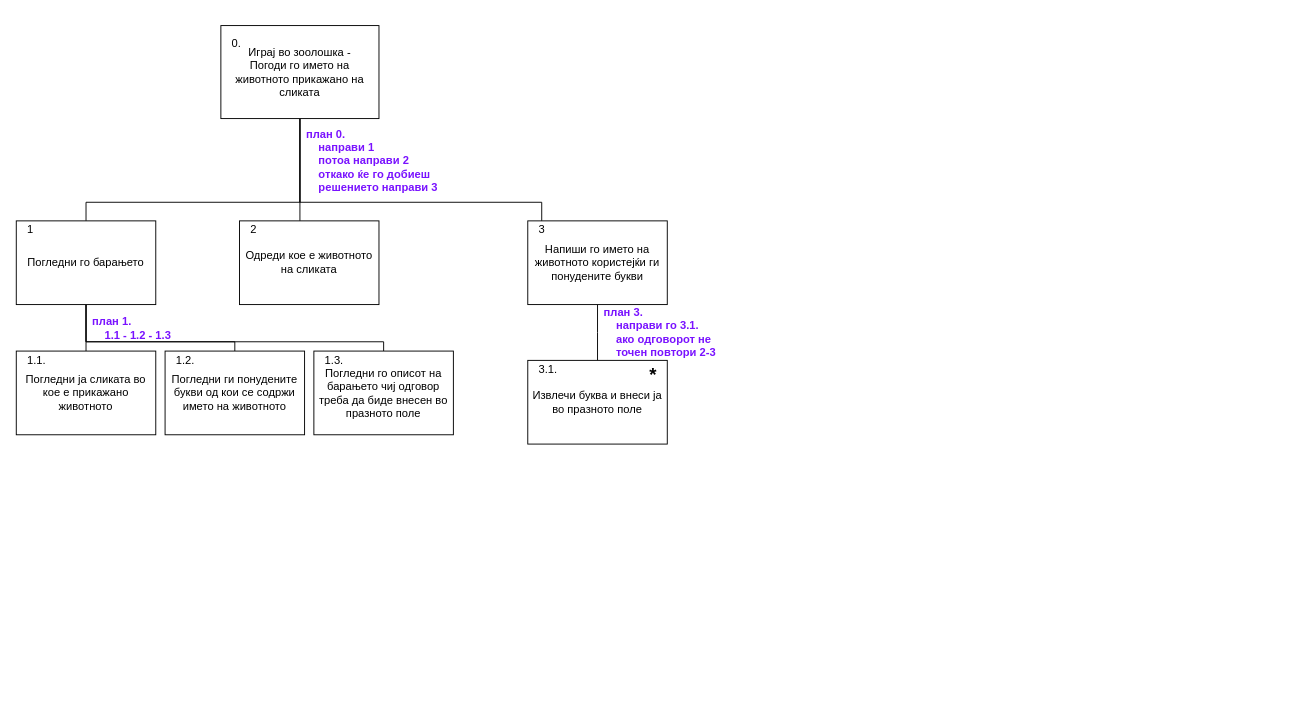
stefanikostic/repo keeps this draw.io diagram as nick-hierach1.drawio. Above is the earlier version. Source tidied: cells renumbered, new cells numbered last; positions are measured from the earlier drawing's top-left corner, leaving out a move shared by most shapes. Both pictures are drawn from the tidied source at 93%, with x=0, y=0 at pixel (16, 25).
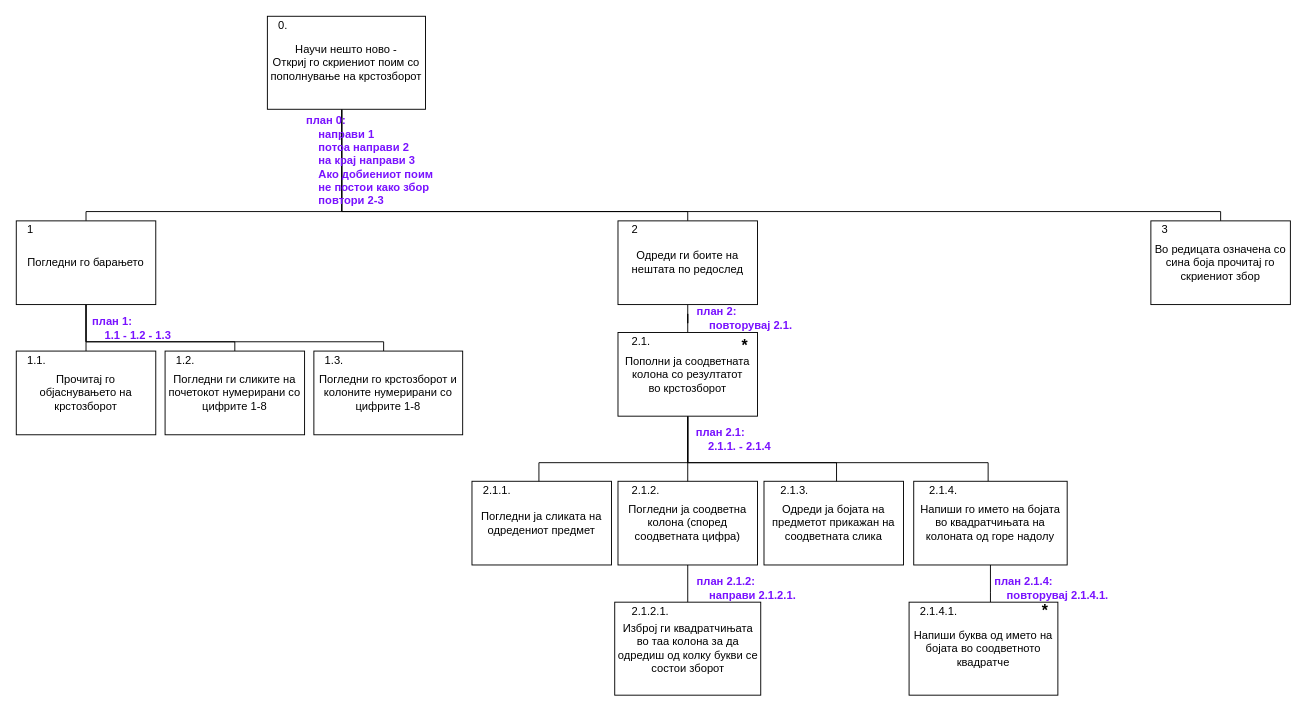
The same diagram, later.

The change refers to these unchanged cells:
```xml
<mxCell id="10" value="Погледни го барањето" style="rounded=0;whiteSpace=wrap;html=1;" parent="1" vertex="1">
  <mxGeometry y="210" width="150" height="90" as="geometry" />
</mxCell>
```

What changed in the source:
```diff
@@
     <mxCell id="2" style="edgeStyle=orthogonalEdgeStyle;rounded=0;jettySize=auto;html=1;endArrow=none;endFill=0;" parent="1" edge="1" source="5" target="10">
       <mxGeometry relative="1" as="geometry">
         <Array as="points">
-          <mxPoint x="305" y="190" />
-          <mxPoint x="75" y="190" />
+          <mxPoint x="350" y="200" />
+          <mxPoint x="75" y="200" />
         </Array>
       </mxGeometry>
     </mxCell>
     <mxCell id="3" style="edgeStyle=orthogonalEdgeStyle;rounded=0;jettySize=auto;html=1;endArrow=none;endFill=0;" parent="1" edge="1" source="5" target="13">
       <mxGeometry relative="1" as="geometry">
         <Array as="points">
-          <mxPoint x="305" y="190" />
-          <mxPoint x="305" y="190" />
+          <mxPoint x="350" y="200" />
+          <mxPoint x="722" y="200" />
         </Array>
       </mxGeometry>
     </mxCell>
-    <mxCell id="4" style="edgeStyle=orthogonalEdgeStyle;rounded=0;jettySize=auto;html=1;endArrow=none;endFill=0;" parent="1" edge="1" source="5" target="15">
-      <mxGeometry relative="1" as="geometry">
-        <Array as="points">
-          <mxPoint x="305" y="190" />
-          <mxPoint x="565" y="190" />
-        </Array>
-      </mxGeometry>
-    </mxCell>
+    <mxCell id="29" style="edgeStyle=orthogonalEdgeStyle;rounded=0;jettySize=auto;html=1;endArrow=none;endFill=0;" parent="1" edge="1" source="5" target="57">
+      <mxGeometry relative="1" as="geometry">
+        <Array as="points">
+          <mxPoint x="350" y="200" />
+          <mxPoint x="1295" y="200" />
+        </Array>
+      </mxGeometry>
+    </mxCell>
-    <mxCell id="5" value="Играј во зоолошка - &lt;br&gt;Погоди го името на животното прикажано на сликата" style="rounded=0;whiteSpace=wrap;html=1;" parent="1" vertex="1">
-      <mxGeometry x="220" width="170" height="100" as="geometry" />
+    <mxCell id="5" value="Научи нешто ново -&lt;br&gt;Откриј го скриениот поим со&lt;br&gt;пополнување на крстозборот" style="rounded=0;whiteSpace=wrap;html=1;" parent="1" vertex="1">
+      <mxGeometry x="270" y="-10" width="170" height="100" as="geometry" />
     </mxCell>
     <mxCell id="6" value="0." style="text;html=1;strokeColor=none;fillColor=none;align=left;verticalAlign=middle;whiteSpace=wrap;rounded=0;" parent="1" vertex="1">
-      <mxGeometry x="230" y="10" width="30" height="20" as="geometry" />
+      <mxGeometry x="280" y="-10" width="30" height="20" as="geometry" />
     </mxCell>
@@
-    <mxCell id="11" value="Погледни ги понудените букви од кои се содржи името на животното" style="rounded=0;whiteSpace=wrap;html=1;" parent="1" vertex="1">
+    <mxCell id="11" value="Погледни ги сликите на почетокот нумерирани со цифрите 1-8" style="rounded=0;whiteSpace=wrap;html=1;" parent="1" vertex="1">
       <mxGeometry x="160" y="350" width="150" height="90" as="geometry" />
     </mxCell>
-    <mxCell id="12" value="Погледни го описот на барањето чиј одговор треба да биде внесен во празното поле" style="rounded=0;whiteSpace=wrap;html=1;" parent="1" vertex="1">
-      <mxGeometry x="320" y="350" width="150" height="90" as="geometry" />
+    <mxCell id="12" value="Погледни го крстозборот и колоните нумерирани со цифрите 1-8" style="rounded=0;whiteSpace=wrap;html=1;" parent="1" vertex="1">
+      <mxGeometry x="320" y="350" width="160" height="90" as="geometry" />
     </mxCell>
+    <mxCell id="30" style="edgeStyle=orthogonalEdgeStyle;rounded=0;jettySize=auto;html=1;endArrow=none;endFill=0;" parent="1" edge="1" source="13" target="40">
+      <mxGeometry relative="1" as="geometry" />
+    </mxCell>
-    <mxCell id="13" value="Одреди кое е животното на сликата" style="rounded=0;whiteSpace=wrap;html=1;" parent="1" vertex="1">
-      <mxGeometry x="240" y="210" width="150" height="90" as="geometry" />
+    <mxCell id="13" value="Одреди ги боите на нештата по редослед" style="rounded=0;whiteSpace=wrap;html=1;" parent="1" vertex="1">
+      <mxGeometry x="647" y="210" width="150" height="90" as="geometry" />
     </mxCell>
-    <mxCell id="14" style="edgeStyle=orthogonalEdgeStyle;rounded=0;jettySize=auto;html=1;endArrow=none;endFill=0;" parent="1" edge="1" source="15" target="17">
-      <mxGeometry relative="1" as="geometry">
-        <Array as="points">
-          <mxPoint x="625" y="330" />
-          <mxPoint x="625" y="330" />
-        </Array>
-      </mxGeometry>
-    </mxCell>
-    <mxCell id="15" value="Напиши го името на животното користејќи ги понудените букви" style="rounded=0;whiteSpace=wrap;html=1;" parent="1" vertex="1">
-      <mxGeometry x="550" y="210" width="150" height="90" as="geometry" />
-    </mxCell>
-    <mxCell id="16" value="Погледни ја сликата во кое е прикажано животното" style="rounded=0;whiteSpace=wrap;html=1;" parent="1" vertex="1">
+    <mxCell id="16" value="Прочитај го објаснувањето на крстозборот" style="rounded=0;whiteSpace=wrap;html=1;" parent="1" vertex="1">
       <mxGeometry y="350" width="150" height="90" as="geometry" />
     </mxCell>
-    <mxCell id="17" value="Извлечи буква и внеси ја во празното поле" style="rounded=0;whiteSpace=wrap;html=1;" parent="1" vertex="1">
-      <mxGeometry x="550" y="360" width="150" height="90" as="geometry" />
-    </mxCell>
@@
     <mxCell id="19" value="2" style="text;html=1;strokeColor=none;fillColor=none;align=left;verticalAlign=middle;whiteSpace=wrap;rounded=0;" parent="1" vertex="1">
-      <mxGeometry x="250" y="210" width="30" height="20" as="geometry" />
+      <mxGeometry x="660" y="210" width="30" height="20" as="geometry" />
     </mxCell>
-    <mxCell id="20" value="3" style="text;html=1;strokeColor=none;fillColor=none;align=left;verticalAlign=middle;whiteSpace=wrap;rounded=0;" parent="1" vertex="1">
-      <mxGeometry x="560" y="210" width="30" height="20" as="geometry" />
-    </mxCell>
@@
-    <mxCell id="24" value="3.1." style="text;html=1;strokeColor=none;fillColor=none;align=left;verticalAlign=middle;whiteSpace=wrap;rounded=0;" parent="1" vertex="1">
-      <mxGeometry x="560" y="360" width="30" height="20" as="geometry" />
-    </mxCell>
-    <mxCell id="25" value="&lt;b&gt;&lt;font color=&quot;#7912ff&quot;&gt;план 0.&lt;br&gt;&amp;nbsp; &amp;nbsp; направи 1&lt;br&gt;&amp;nbsp; &amp;nbsp; потоа направи 2&lt;br&gt;&amp;nbsp; &amp;nbsp; откако ќе го добиеш &lt;br&gt;&amp;nbsp; &amp;nbsp; решението направи 3&lt;/font&gt;&lt;/b&gt;" style="text;html=1;align=left;verticalAlign=middle;" parent="1" vertex="1">
-      <mxGeometry x="310" y="110" width="160" height="70" as="geometry" />
+    <mxCell id="25" value="&lt;b&gt;&lt;font color=&quot;#7912ff&quot;&gt;план 0:&lt;br&gt;&amp;nbsp; &amp;nbsp; направи 1&lt;br&gt;&amp;nbsp; &amp;nbsp; потоа направи 2&lt;br&gt;&amp;nbsp; &amp;nbsp; на крај&amp;nbsp;направи 3&lt;br&gt;&amp;nbsp; &amp;nbsp; А&lt;/font&gt;&lt;/b&gt;&lt;b&gt;&lt;font color=&quot;#7912ff&quot;&gt;ко добиениот поим &lt;br&gt;&amp;nbsp; &amp;nbsp; не постои како збор&lt;br&gt;&amp;nbsp; &amp;nbsp; повтори 2-3&lt;/font&gt;&lt;/b&gt;&lt;b&gt;&lt;font color=&quot;#7912ff&quot;&gt;&lt;br&gt;&lt;/font&gt;&lt;/b&gt;" style="text;html=1;align=left;verticalAlign=middle;" parent="1" vertex="1">
+      <mxGeometry x="310" y="100" width="140" height="90" as="geometry" />
     </mxCell>
-    <mxCell id="26" value="&lt;b&gt;&lt;font color=&quot;#7912ff&quot;&gt;&amp;nbsp; &amp;nbsp;план 1.&lt;br&gt;&amp;nbsp; &amp;nbsp; &amp;nbsp; &amp;nbsp;1.1 - 1.2 - 1.3&lt;/font&gt;&lt;/b&gt;" style="text;html=1;align=left;verticalAlign=middle;" parent="1" vertex="1">
+    <mxCell id="26" value="&lt;b&gt;&lt;font color=&quot;#7912ff&quot;&gt;&amp;nbsp; &amp;nbsp;план 1:&lt;br&gt;&amp;nbsp; &amp;nbsp; &amp;nbsp; &amp;nbsp;1.1 - 1.2 - 1.3&lt;/font&gt;&lt;/b&gt;" style="text;html=1;align=left;verticalAlign=middle;" parent="1" vertex="1">
       <mxGeometry x="70" y="310" width="110" height="30" as="geometry" />
     </mxCell>
-    <mxCell id="27" value="&lt;b&gt;&lt;font color=&quot;#7912ff&quot;&gt;&amp;nbsp; &amp;nbsp;план 3.&lt;br&gt;&amp;nbsp; &amp;nbsp; &amp;nbsp; &amp;nbsp;направи го 3.1.&lt;br&gt;&amp;nbsp; &amp;nbsp; &amp;nbsp; &amp;nbsp;ако одговорот не&lt;br&gt;&amp;nbsp; &amp;nbsp; &amp;nbsp; &amp;nbsp;точен повтори 2-3&lt;br&gt;&lt;/font&gt;&lt;/b&gt;" style="text;html=1;align=left;verticalAlign=middle;" parent="1" vertex="1">
-      <mxGeometry x="620" y="300" width="150" height="60" as="geometry" />
-    </mxCell>
-    <mxCell id="28" value="&lt;font size=&quot;1&quot;&gt;&lt;b style=&quot;font-size: 20px&quot;&gt;*&lt;/b&gt;&lt;/font&gt;" style="text;html=1;strokeColor=none;fillColor=none;align=center;verticalAlign=middle;whiteSpace=wrap;rounded=0;" parent="1" vertex="1">
-      <mxGeometry x="670" y="370" width="30" height="10" as="geometry" />
-    </mxCell>
+    <mxCell id="31" value="Погледни ја сликата на одредениот предмет" style="rounded=0;whiteSpace=wrap;html=1;" parent="1" vertex="1">
+      <mxGeometry x="490" y="490" width="150" height="90" as="geometry" />
+    </mxCell>
+    <mxCell id="32" style="edgeStyle=orthogonalEdgeStyle;rounded=0;jettySize=auto;html=1;endArrow=none;endFill=0;" parent="1" edge="1" source="33" target="34">
+      <mxGeometry relative="1" as="geometry" />
+    </mxCell>
+    <mxCell id="33" value="Погледни ја соодветна колона (според соодветната цифра)" style="rounded=0;whiteSpace=wrap;html=1;" parent="1" vertex="1">
+      <mxGeometry x="647" y="490" width="150" height="90" as="geometry" />
+    </mxCell>
+    <mxCell id="34" value="Изброј ги квадратчињата во таа колона за да одредиш од колку букви се состои зборот" style="rounded=0;whiteSpace=wrap;html=1;" parent="1" vertex="1">
+      <mxGeometry x="643.5" y="620" width="157" height="100" as="geometry" />
+    </mxCell>
+    <mxCell id="35" value="Одреди ја бојата на предметот прикажан на соодветната слика" style="rounded=0;whiteSpace=wrap;html=1;" parent="1" vertex="1">
+      <mxGeometry x="804" y="490" width="150" height="90" as="geometry" />
+    </mxCell>
+    <mxCell id="36" style="edgeStyle=orthogonalEdgeStyle;rounded=0;jettySize=auto;html=1;endArrow=none;endFill=0;" parent="1" edge="1" source="40" target="31">
+      <mxGeometry relative="1" as="geometry">
+        <Array as="points">
+          <mxPoint x="722" y="470" />
+          <mxPoint x="562" y="470" />
+        </Array>
+      </mxGeometry>
+    </mxCell>
+    <mxCell id="37" style="edgeStyle=orthogonalEdgeStyle;rounded=0;jettySize=auto;html=1;endArrow=none;endFill=0;" parent="1" edge="1" source="40" target="33">
+      <mxGeometry relative="1" as="geometry" />
+    </mxCell>
+    <mxCell id="38" style="edgeStyle=orthogonalEdgeStyle;rounded=0;jettySize=auto;html=1;endArrow=none;endFill=0;" parent="1" edge="1" source="40" target="35">
+      <mxGeometry relative="1" as="geometry">
+        <Array as="points">
+          <mxPoint x="722" y="470" />
+          <mxPoint x="882" y="470" />
+        </Array>
+      </mxGeometry>
+    </mxCell>
+    <mxCell id="39" style="edgeStyle=orthogonalEdgeStyle;rounded=0;jettySize=auto;html=1;endArrow=none;endFill=0;" parent="1" edge="1" source="40" target="42">
+      <mxGeometry relative="1" as="geometry">
+        <Array as="points">
+          <mxPoint x="722" y="470" />
+          <mxPoint x="1045" y="470" />
+        </Array>
+      </mxGeometry>
+    </mxCell>
+    <mxCell id="40" value="Пополни ја соодветната колона со резултатот&lt;br&gt;во крстозборот" style="rounded=0;whiteSpace=wrap;html=1;" parent="1" vertex="1">
+      <mxGeometry x="647" y="330" width="150" height="90" as="geometry" />
+    </mxCell>
+    <mxCell id="41" style="edgeStyle=orthogonalEdgeStyle;rounded=0;jettySize=auto;html=1;endArrow=none;endFill=0;" parent="1" edge="1" source="42" target="43">
+      <mxGeometry relative="1" as="geometry">
+        <Array as="points">
+          <mxPoint x="1048" y="610" />
+          <mxPoint x="1048" y="610" />
+        </Array>
+      </mxGeometry>
+    </mxCell>
+    <mxCell id="42" value="Напиши го името на бојата во квадратчињата на колоната од горе надолу" style="rounded=0;whiteSpace=wrap;html=1;" parent="1" vertex="1">
+      <mxGeometry x="965" y="490" width="165" height="90" as="geometry" />
+    </mxCell>
+    <mxCell id="43" value="Напиши буква од името на бојата во соодветното квадратче" style="rounded=0;whiteSpace=wrap;html=1;" parent="1" vertex="1">
+      <mxGeometry x="960" y="620" width="160" height="100" as="geometry" />
+    </mxCell>
+    <mxCell id="44" value="2.1." style="text;html=1;strokeColor=none;fillColor=none;align=left;verticalAlign=middle;whiteSpace=wrap;rounded=0;" parent="1" vertex="1">
+      <mxGeometry x="660" y="330" width="30" height="20" as="geometry" />
+    </mxCell>
+    <mxCell id="45" value="2.1.1." style="text;html=1;strokeColor=none;fillColor=none;align=left;verticalAlign=middle;whiteSpace=wrap;rounded=0;" parent="1" vertex="1">
+      <mxGeometry x="500" y="490" width="30" height="20" as="geometry" />
+    </mxCell>
+    <mxCell id="46" value="2.1.2." style="text;html=1;strokeColor=none;fillColor=none;align=left;verticalAlign=middle;whiteSpace=wrap;rounded=0;" parent="1" vertex="1">
+      <mxGeometry x="660" y="490" width="30" height="20" as="geometry" />
+    </mxCell>
+    <mxCell id="47" value="2.1.3." style="text;html=1;strokeColor=none;fillColor=none;align=left;verticalAlign=middle;whiteSpace=wrap;rounded=0;" parent="1" vertex="1">
+      <mxGeometry x="820" y="490" width="30" height="20" as="geometry" />
+    </mxCell>
+    <mxCell id="48" value="2.1.4." style="text;html=1;strokeColor=none;fillColor=none;align=left;verticalAlign=middle;whiteSpace=wrap;rounded=0;" parent="1" vertex="1">
+      <mxGeometry x="980" y="490" width="30" height="20" as="geometry" />
+    </mxCell>
+    <mxCell id="49" value="2.1.2.1." style="text;html=1;strokeColor=none;fillColor=none;align=left;verticalAlign=middle;whiteSpace=wrap;rounded=0;" parent="1" vertex="1">
+      <mxGeometry x="660" y="620" width="30" height="20" as="geometry" />
+    </mxCell>
+    <mxCell id="50" value="2.1.4.1." style="text;html=1;strokeColor=none;fillColor=none;align=left;verticalAlign=middle;whiteSpace=wrap;rounded=0;" parent="1" vertex="1">
+      <mxGeometry x="970" y="620" width="30" height="20" as="geometry" />
+    </mxCell>
+    <mxCell id="51" value="&lt;font style=&quot;font-size: 17px&quot;&gt;&lt;b&gt;*&lt;/b&gt;&lt;/font&gt;" style="text;html=1;strokeColor=none;fillColor=none;align=center;verticalAlign=middle;whiteSpace=wrap;rounded=0;" parent="1" vertex="1">
+      <mxGeometry x="770" y="340" width="27" height="10" as="geometry" />
+    </mxCell>
+    <mxCell id="52" value="&lt;b&gt;&lt;font color=&quot;#7912ff&quot;&gt;&amp;nbsp; &amp;nbsp;план 2:&lt;br&gt;&amp;nbsp; &amp;nbsp; &amp;nbsp; &amp;nbsp;повторувај 2.1.&lt;/font&gt;&lt;/b&gt;" style="text;html=1;align=left;verticalAlign=middle;" parent="1" vertex="1">
+      <mxGeometry x="720" y="300" width="130" height="30" as="geometry" />
+    </mxCell>
+    <mxCell id="53" value="&lt;b&gt;&lt;font color=&quot;#7912ff&quot;&gt;&amp;nbsp; &amp;nbsp;план 2.1:&lt;br&gt;&amp;nbsp; &amp;nbsp; &amp;nbsp; &amp;nbsp;2.1.1. - 2.1.4&lt;/font&gt;&lt;/b&gt;" style="text;html=1;align=left;verticalAlign=middle;" parent="1" vertex="1">
+      <mxGeometry x="718.5" y="430" width="110" height="30" as="geometry" />
+    </mxCell>
+    <mxCell id="54" value="&lt;b&gt;&lt;font color=&quot;#7912ff&quot;&gt;&amp;nbsp; &amp;nbsp;план 2.1.2:&lt;br&gt;&amp;nbsp; &amp;nbsp; &amp;nbsp; &amp;nbsp;направи 2.1.2.1.&lt;/font&gt;&lt;/b&gt;" style="text;html=1;align=left;verticalAlign=middle;" parent="1" vertex="1">
+      <mxGeometry x="720" y="590" width="130" height="30" as="geometry" />
+    </mxCell>
+    <mxCell id="55" value="&lt;b&gt;&lt;font color=&quot;#7912ff&quot;&gt;&amp;nbsp; &amp;nbsp;план 2.1.4:&lt;br&gt;&amp;nbsp; &amp;nbsp; &amp;nbsp; &amp;nbsp;повторувај 2.1.4.1.&lt;/font&gt;&lt;/b&gt;" style="text;html=1;align=left;verticalAlign=middle;" parent="1" vertex="1">
+      <mxGeometry x="1040" y="589.5" width="150" height="30" as="geometry" />
+    </mxCell>
+    <mxCell id="56" value="&lt;font style=&quot;font-size: 17px&quot;&gt;&lt;b&gt;*&lt;/b&gt;&lt;/font&gt;" style="text;html=1;strokeColor=none;fillColor=none;align=center;verticalAlign=middle;whiteSpace=wrap;rounded=0;" parent="1" vertex="1">
+      <mxGeometry x="1093" y="625" width="27" height="10" as="geometry" />
+    </mxCell>
+    <mxCell id="57" value="Во редицата означена со сина боја прочитај го скриениот збор" style="rounded=0;whiteSpace=wrap;html=1;" parent="1" vertex="1">
+      <mxGeometry x="1220" y="210" width="150" height="90" as="geometry" />
+    </mxCell>
+    <mxCell id="20" value="3" style="text;html=1;strokeColor=none;fillColor=none;align=left;verticalAlign=middle;whiteSpace=wrap;rounded=0;" parent="1" vertex="1">
+      <mxGeometry x="1230" y="210" width="30" height="20" as="geometry" />
+    </mxCell>
```
